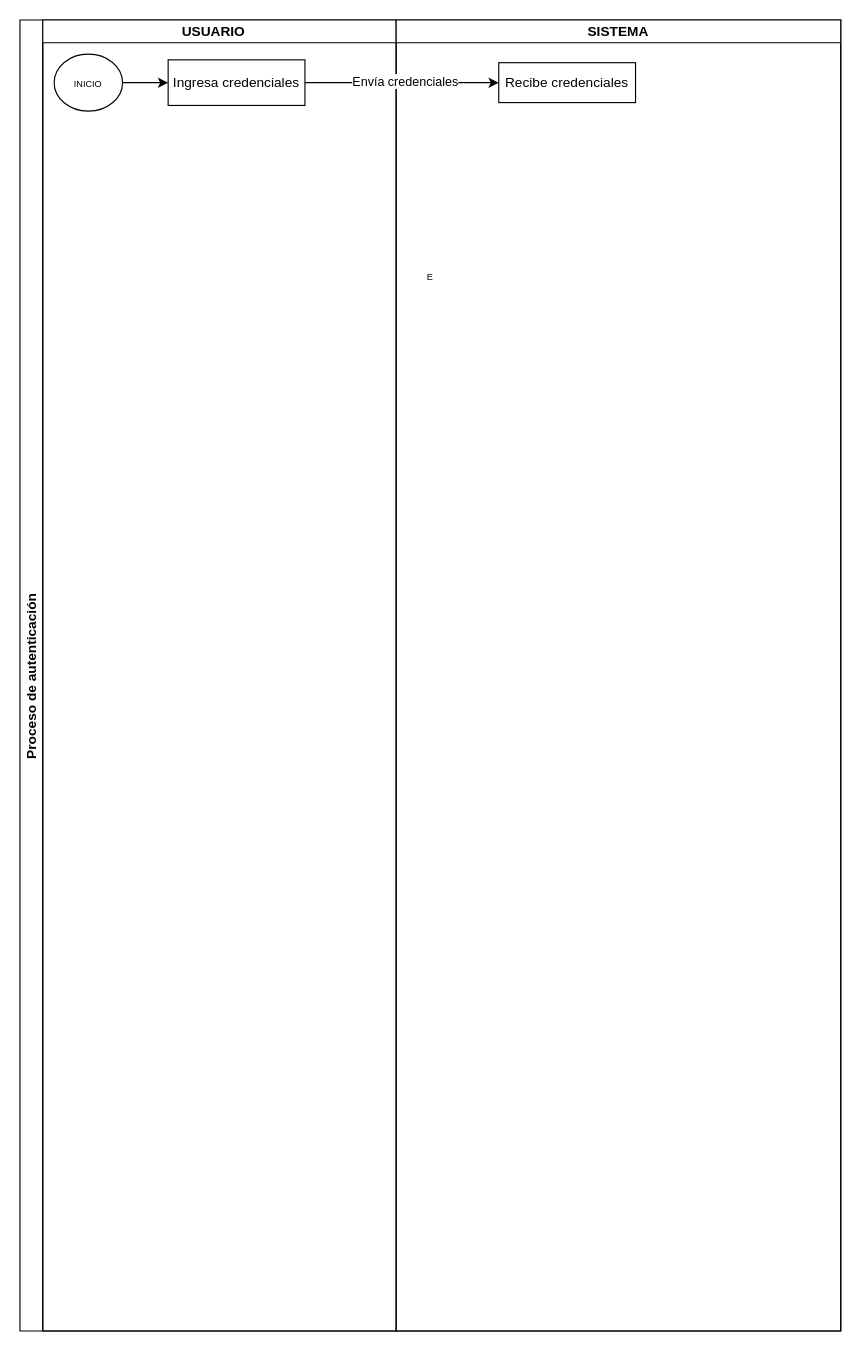
Yazmin616/Diagramas_Procesos keeps this draw.io diagram as Diagrama sin título.drawio. Above is the earlier version. Source tidied: cells renumbered, new cells numbered last; positions are measured from the earlier drawing's top-left corner, leaving out a move shared by most shapes. Both pictures are drawn from the tidied source at 114%, with x=0, y=0 at pixel (19, 19).
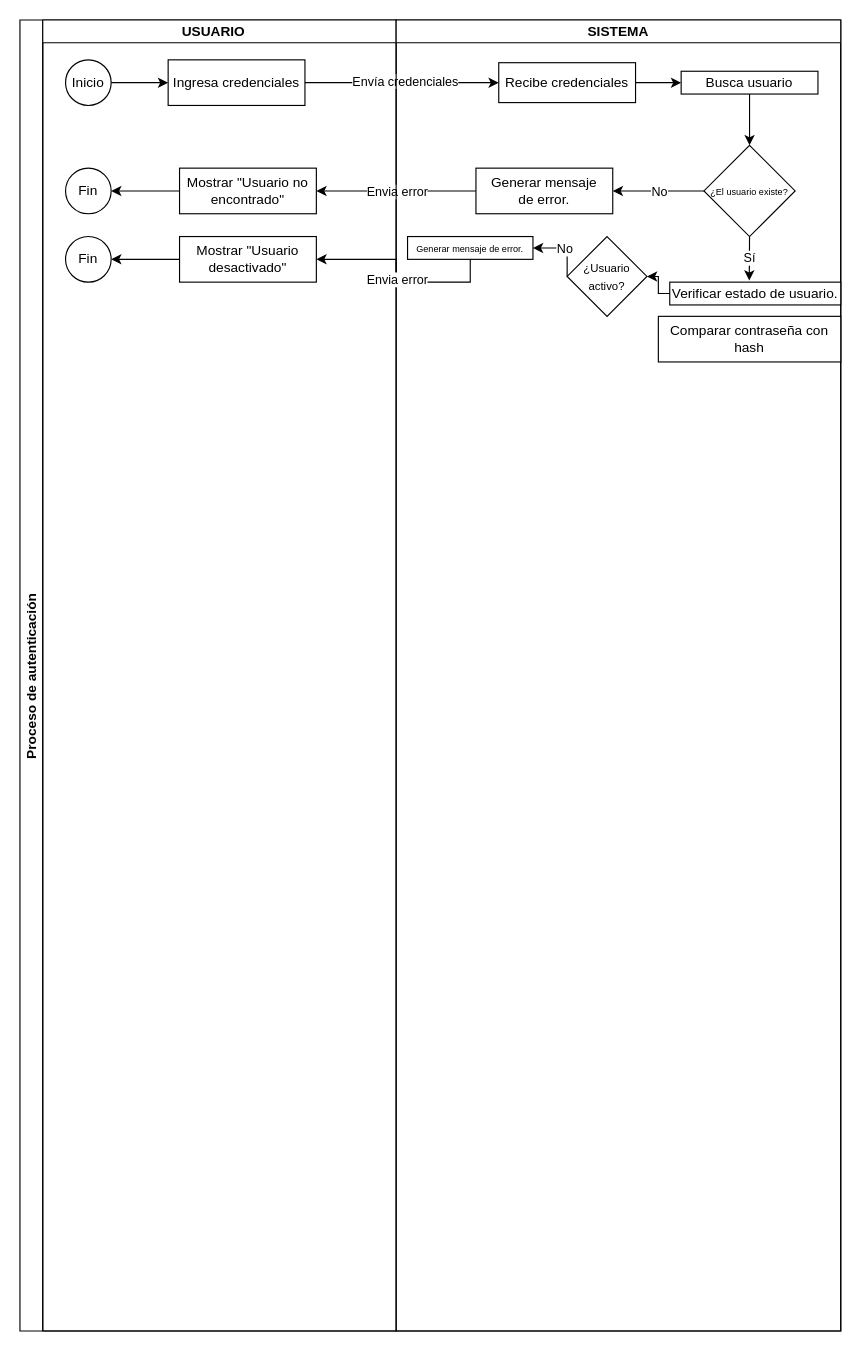
The same diagram, later.

The change refers to these unchanged cells:
```xml
<mxCell id="2" value="Proceso de autenticación" style="swimlane;startSize=20;horizontal=0;" parent="1" vertex="1">
  <mxGeometry width="720" height="1150" as="geometry" />
</mxCell>
<mxCell id="3" value="USUARIO   " style="swimlane;startSize=20;" parent="2" vertex="1">
  <mxGeometry x="20" width="310" height="1150" as="geometry" />
</mxCell>
<mxCell id="5" value="Ingresa credenciales" style="rounded=0;whiteSpace=wrap;html=1;" parent="3" vertex="1">
  <mxGeometry x="110" y="35" width="120" height="40" as="geometry" />
</mxCell>
```

Diff of the diagram source:
```diff
@@
-    <mxCell id="4" value="&lt;font style=&quot;font-size: 8px;&quot;&gt;INICIO&lt;/font&gt;" style="ellipse;whiteSpace=wrap;html=1;" parent="3" vertex="1">
-      <mxGeometry x="10" y="30" width="60" height="50" as="geometry" />
-    </mxCell>
@@
-    <mxCell id="6" style="endArrow=classic;html=1;rounded=0;exitX=1;exitY=0.5;exitDx=0;exitDy=0;entryX=0;entryY=0.5;entryDx=0;entryDy=0;" parent="3" edge="1" source="4" target="5">
+    <mxCell id="6" style="endArrow=classic;html=1;rounded=0;exitX=1;exitY=0.5;exitDx=0;exitDy=0;entryX=0;entryY=0.5;entryDx=0;entryDy=0;" parent="3" edge="1" source="13" target="5">
       <mxGeometry relative="1" as="geometry" />
     </mxCell>
-    <mxCell id="7" value="SISTEMA" style="swimlane;startSize=20;" parent="2" vertex="1">
-      <mxGeometry x="330" width="390" height="1150" as="geometry" />
-    </mxCell>
-    <mxCell id="8" value="Recibe credenciales" style="rounded=0;whiteSpace=wrap;html=1;" parent="7" vertex="1">
-      <mxGeometry x="90" y="37.5" width="120" height="35" as="geometry" />
-    </mxCell>
+    <mxCell id="13" value="Inicio" style="ellipse;whiteSpace=wrap;html=1;" parent="3" vertex="1">
+      <mxGeometry x="20" y="35" width="40" height="40" as="geometry" />
+    </mxCell>
+    <mxCell id="14" value="Mostrar &quot;Usuario no encontrado&quot;" style="rounded=0;whiteSpace=wrap;html=1;" parent="3" vertex="1">
+      <mxGeometry x="120" y="130" width="120" height="40" as="geometry" />
+    </mxCell>
+    <mxCell id="15" value="Fin" style="ellipse;whiteSpace=wrap;html=1;" parent="3" vertex="1">
+      <mxGeometry x="20" y="130" width="40" height="40" as="geometry" />
+    </mxCell>
+    <mxCell id="16" style="endArrow=classic;html=1;rounded=0;exitX=0;exitY=0.5;exitDx=0;exitDy=0;entryX=1;entryY=0.5;entryDx=0;entryDy=0;" parent="3" edge="1" source="14" target="15">
+      <mxGeometry relative="1" as="geometry" />
+    </mxCell>
+    <mxCell id="17" value="Mostrar &quot;Usuario desactivado&quot;" style="rounded=0;whiteSpace=wrap;html=1;" parent="3" vertex="1">
+      <mxGeometry x="120" y="190" width="120" height="40" as="geometry" />
+    </mxCell>
+    <mxCell id="18" value="Fin" style="ellipse;whiteSpace=wrap;html=1;" parent="3" vertex="1">
+      <mxGeometry x="20" y="190" width="40" height="40" as="geometry" />
+    </mxCell>
+    <mxCell id="19" style="endArrow=classic;html=1;rounded=0;exitX=0;exitY=0.5;exitDx=0;exitDy=0;" parent="3" edge="1" target="18">
+      <mxGeometry relative="1" as="geometry">
+        <mxPoint x="120" y="210" as="sourcePoint" />
+      </mxGeometry>
+    </mxCell>
@@
-    <mxCell id="12" value="&lt;font style=&quot;font-size: 8px;&quot;&gt;E&lt;/font&gt;" style="text;html=1;whiteSpace=wrap;strokeColor=none;fillColor=none;align=center;verticalAlign=middle;rounded=0;" parent="1" vertex="1">
-      <mxGeometry x="330" y="210" width="60" height="30" as="geometry" />
-    </mxCell>
+    <mxCell id="20" style="endArrow=classic;html=1;rounded=0;exitX=0;exitY=0.5;exitDx=0;exitDy=0;entryX=1;entryY=0.5;entryDx=0;entryDy=0;" parent="2" edge="1" source="28" target="14">
+      <mxGeometry relative="1" as="geometry" />
+    </mxCell>
+    <mxCell id="21" value="Envia error" style="edgeLabel;html=1;align=center;verticalAlign=middle;" parent="20" vertex="1">
+      <mxGeometry relative="1" as="geometry" />
+    </mxCell>
+    <mxCell id="7" value="SISTEMA" style="swimlane;startSize=20;" parent="2" vertex="1">
+      <mxGeometry x="330" width="390" height="1150" as="geometry" />
+    </mxCell>
+    <mxCell id="8" value="Recibe credenciales" style="rounded=0;whiteSpace=wrap;html=1;" parent="7" vertex="1">
+      <mxGeometry x="90" y="37.5" width="120" height="35" as="geometry" />
+    </mxCell>
+    <mxCell id="22" value="Busca usuario" style="rounded=0;whiteSpace=wrap;html=1;" parent="7" vertex="1">
+      <mxGeometry x="250" y="45" width="120" height="20" as="geometry" />
+    </mxCell>
+    <mxCell id="23" style="endArrow=classic;html=1;rounded=0;entryX=0;entryY=0.5;entryDx=0;entryDy=0;exitX=1;exitY=0.5;exitDx=0;exitDy=0;" parent="7" edge="1" source="8" target="22">
+      <mxGeometry relative="1" as="geometry" />
+    </mxCell>
+    <mxCell id="24" value="&lt;font style=&quot;font-size: 8px;&quot;&gt;¿El usuario existe?&lt;/font&gt;" style="rhombus;whiteSpace=wrap;html=1;" parent="7" vertex="1">
+      <mxGeometry x="270" y="110" width="80" height="80" as="geometry" />
+    </mxCell>
+    <mxCell id="25" style="endArrow=classic;html=1;rounded=0;entryX=0.5;entryY=0;entryDx=0;entryDy=0;exitX=0.5;exitY=1;exitDx=0;exitDy=0;" parent="7" edge="1" source="22" target="24">
+      <mxGeometry relative="1" as="geometry" />
+    </mxCell>
+    <mxCell id="26" style="endArrow=classic;html=1;rounded=0;exitX=0;exitY=0.5;exitDx=0;exitDy=0;entryX=1;entryY=0.5;entryDx=0;entryDy=0;" parent="7" edge="1" source="24" target="28">
+      <mxGeometry relative="1" as="geometry" />
+    </mxCell>
+    <mxCell id="27" value="No" style="edgeLabel;html=1;align=center;verticalAlign=middle;" parent="26" vertex="1">
+      <mxGeometry relative="1" as="geometry" />
+    </mxCell>
+    <mxCell id="28" value="Generar mensaje&lt;br&gt;de error." style="rounded=0;whiteSpace=wrap;html=1;" parent="7" vertex="1">
+      <mxGeometry x="70" y="130" width="120" height="40" as="geometry" />
+    </mxCell>
+    <mxCell id="29" style="endArrow=classic;html=1;rounded=0;exitX=0.5;exitY=1;exitDx=0;exitDy=0;entryX=0.465;entryY=-0.073;entryDx=0;entryDy=0;entryPerimeter=0;" parent="7" edge="1" source="24" target="32">
+      <mxGeometry relative="1" as="geometry" />
+    </mxCell>
+    <mxCell id="30" value="Sí" style="edgeLabel;html=1;align=center;verticalAlign=middle;" parent="29" vertex="1">
+      <mxGeometry relative="1" as="geometry" />
+    </mxCell>
+    <mxCell id="31" style="edgeStyle=orthogonalEdgeStyle;rounded=0;jettySize=auto;html=1;" parent="7" edge="1" source="32" target="33">
+      <mxGeometry relative="1" as="geometry">
+        <Array as="points">
+          <mxPoint x="230" y="240" />
+          <mxPoint x="230" y="225" />
+        </Array>
+      </mxGeometry>
+    </mxCell>
+    <mxCell id="32" value="Verificar estado de usuario." style="rounded=0;whiteSpace=wrap;html=1;" parent="7" vertex="1">
+      <mxGeometry x="240" y="230" width="150" height="20" as="geometry" />
+    </mxCell>
+    <mxCell id="33" value="&lt;font style=&quot;font-size: 10px;&quot;&gt;¿Usuario&lt;br&gt;activo?&lt;/font&gt;" style="rhombus;whiteSpace=wrap;html=1;" parent="7" vertex="1">
+      <mxGeometry x="150" y="190" width="70" height="70" as="geometry" />
+    </mxCell>
+    <mxCell id="34" style="endArrow=classic;html=1;rounded=0;exitX=0;exitY=0.5;exitDx=0;exitDy=0;entryX=1;entryY=0.5;entryDx=0;entryDy=0;" parent="7" edge="1" source="33" target="36">
+      <mxGeometry relative="1" as="geometry">
+        <Array as="points">
+          <mxPoint x="150" y="200" />
+        </Array>
+      </mxGeometry>
+    </mxCell>
+    <mxCell id="35" value="No" style="edgeLabel;html=1;align=center;verticalAlign=middle;" parent="34" vertex="1">
+      <mxGeometry relative="1" as="geometry" />
+    </mxCell>
+    <mxCell id="36" value="&lt;font style=&quot;font-size: 8px;&quot;&gt;Generar mensaje de error.&lt;/font&gt;" style="rounded=0;whiteSpace=wrap;html=1;" parent="7" vertex="1">
+      <mxGeometry x="10" y="190" width="110" height="20" as="geometry" />
+    </mxCell>
+    <mxCell id="37" value="Comparar contraseña con hash" style="rounded=0;whiteSpace=wrap;html=1;" parent="7" vertex="1">
+      <mxGeometry x="230" y="260" width="160" height="40" as="geometry" />
+    </mxCell>
+    <mxCell id="38" style="endArrow=classic;html=1;rounded=0;exitX=0.5;exitY=1;exitDx=0;exitDy=0;entryX=1;entryY=0.5;entryDx=0;entryDy=0;" parent="2" edge="1" source="36" target="17">
+      <mxGeometry relative="1" as="geometry">
+        <Array as="points">
+          <mxPoint x="395" y="230" />
+          <mxPoint x="330" y="230" />
+          <mxPoint x="330" y="210" />
+        </Array>
+      </mxGeometry>
+    </mxCell>
+    <mxCell id="39" value="Envia error" style="edgeLabel;html=1;align=center;verticalAlign=middle;" parent="38" vertex="1">
+      <mxGeometry relative="1" as="geometry" />
+    </mxCell>
```
